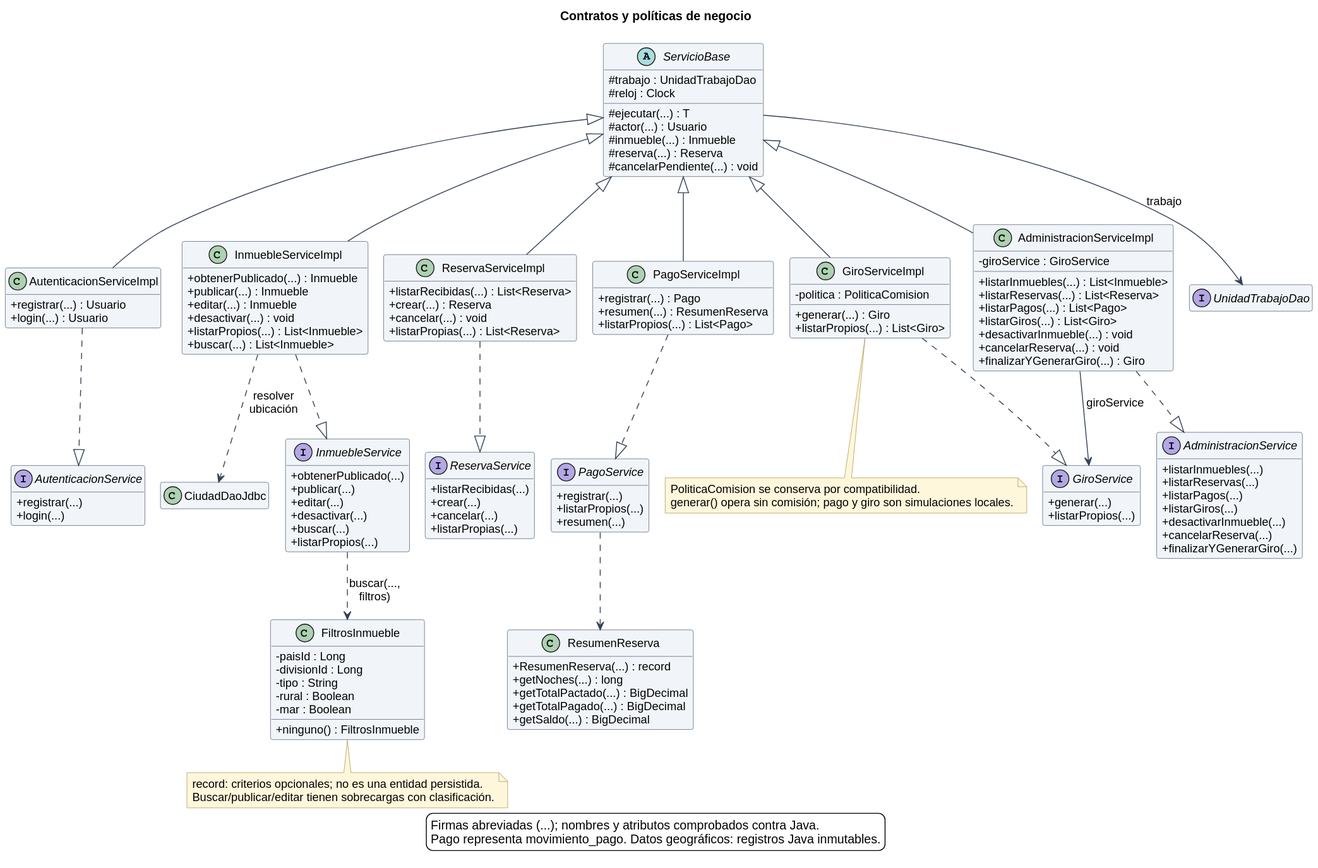
Earlier version of the PlantUML export docs/diagramas/06_clases_service_impl.svg (Davidjp11p07/DayNest). The source it was exported from:
```plantuml
@startuml
!include estilo.iuml
title Contratos y políticas de negocio
hide empty members
abstract class ServicioBase {
  #trabajo : UnidadTrabajoDao
  #reloj : Clock
  #ejecutar(...) : T
  #actor(...) : Usuario
  #inmueble(...) : Inmueble
  #reserva(...) : Reserva
  #cancelarPendiente(...) : void
}
interface AutenticacionService {
  +registrar(...)
  +login(...)
}
class AutenticacionServiceImpl {
  +registrar(...) : Usuario
  +login(...) : Usuario
}
interface InmuebleService {
  +obtenerPublicado(...)
  +publicar(...)
  +editar(...)
  +desactivar(...)
  +buscar(...)
  +listarPropios(...)
}
class InmuebleServiceImpl {
  +obtenerPublicado(...) : Inmueble
  +publicar(...) : Inmueble
  +editar(...) : Inmueble
  +desactivar(...) : void
  +listarPropios(...) : List<Inmueble>
  +buscar(...) : List<Inmueble>
}
interface ReservaService {
  +listarRecibidas(...)
  +crear(...)
  +cancelar(...)
  +listarPropias(...)
}
class ReservaServiceImpl {
  +listarRecibidas(...) : List<Reserva>
  +crear(...) : Reserva
  +cancelar(...) : void
  +listarPropias(...) : List<Reserva>
}
interface PagoService {
  +registrar(...)
  +listarPropios(...)
  +resumen(...)
}
class PagoServiceImpl {
  +registrar(...) : Pago
  +resumen(...) : ResumenReserva
  +listarPropios(...) : List<Pago>
}
interface GiroService {
  +generar(...)
  +listarPropios(...)
}
class GiroServiceImpl {
  -politica : PoliticaComision
  +generar(...) : Giro
  +listarPropios(...) : List<Giro>
}
interface AdministracionService {
  +listarInmuebles(...)
  +listarReservas(...)
  +listarPagos(...)
  +listarGiros(...)
  +desactivarInmueble(...)
  +cancelarReserva(...)
  +finalizarYGenerarGiro(...)
}
class AdministracionServiceImpl {
  -giroService : GiroService
  +listarInmuebles(...) : List<Inmueble>
  +listarReservas(...) : List<Reserva>
  +listarPagos(...) : List<Pago>
  +listarGiros(...) : List<Giro>
  +desactivarInmueble(...) : void
  +cancelarReserva(...) : void
  +finalizarYGenerarGiro(...) : Giro
}
class ResumenReserva {
  +ResumenReserva(...) : record
  +getNoches(...) : long
  +getTotalPactado(...) : BigDecimal
  +getTotalPagado(...) : BigDecimal
  +getSaldo(...) : BigDecimal
}
AutenticacionServiceImpl ..|> AutenticacionService
InmuebleServiceImpl ..|> InmuebleService
ReservaServiceImpl ..|> ReservaService
PagoServiceImpl ..|> PagoService
GiroServiceImpl ..|> GiroService
AdministracionServiceImpl ..|> AdministracionService
ServicioBase <|-- AutenticacionServiceImpl
ServicioBase <|-- InmuebleServiceImpl
ServicioBase <|-- AdministracionServiceImpl
ServicioBase <|-- ReservaServiceImpl
ServicioBase <|-- PagoServiceImpl
ServicioBase <|-- GiroServiceImpl
interface UnidadTrabajoDao
class FiltrosInmueble {
  -paisId : Long
  -divisionId : Long
  -tipo : String
  -rural : Boolean
  -mar : Boolean
  +ninguno() : FiltrosInmueble
}
InmuebleService ..> FiltrosInmueble : buscar(..., filtros)
ServicioBase --> UnidadTrabajoDao : trabajo
AdministracionServiceImpl --> GiroService : giroService
PagoService ..> ResumenReserva
note bottom of FiltrosInmueble
  record: criterios opcionales; no es una entidad persistida.
  Buscar/publicar/editar tienen sobrecargas con clasificación.
end note
note bottom of GiroServiceImpl
  PoliticaComision se conserva por compatibilidad.
  generar() opera sin comisión; pago y giro son simulaciones locales.
end note
class CiudadDaoJdbc
InmuebleServiceImpl ..> CiudadDaoJdbc : resolver ubicación
legend bottom
  Firmas abreviadas (...); nombres y atributos comprobados contra Java.
  Pago representa movimiento_pago. Datos geográficos: registros Java inmutables.
endlegend
@enduml
```
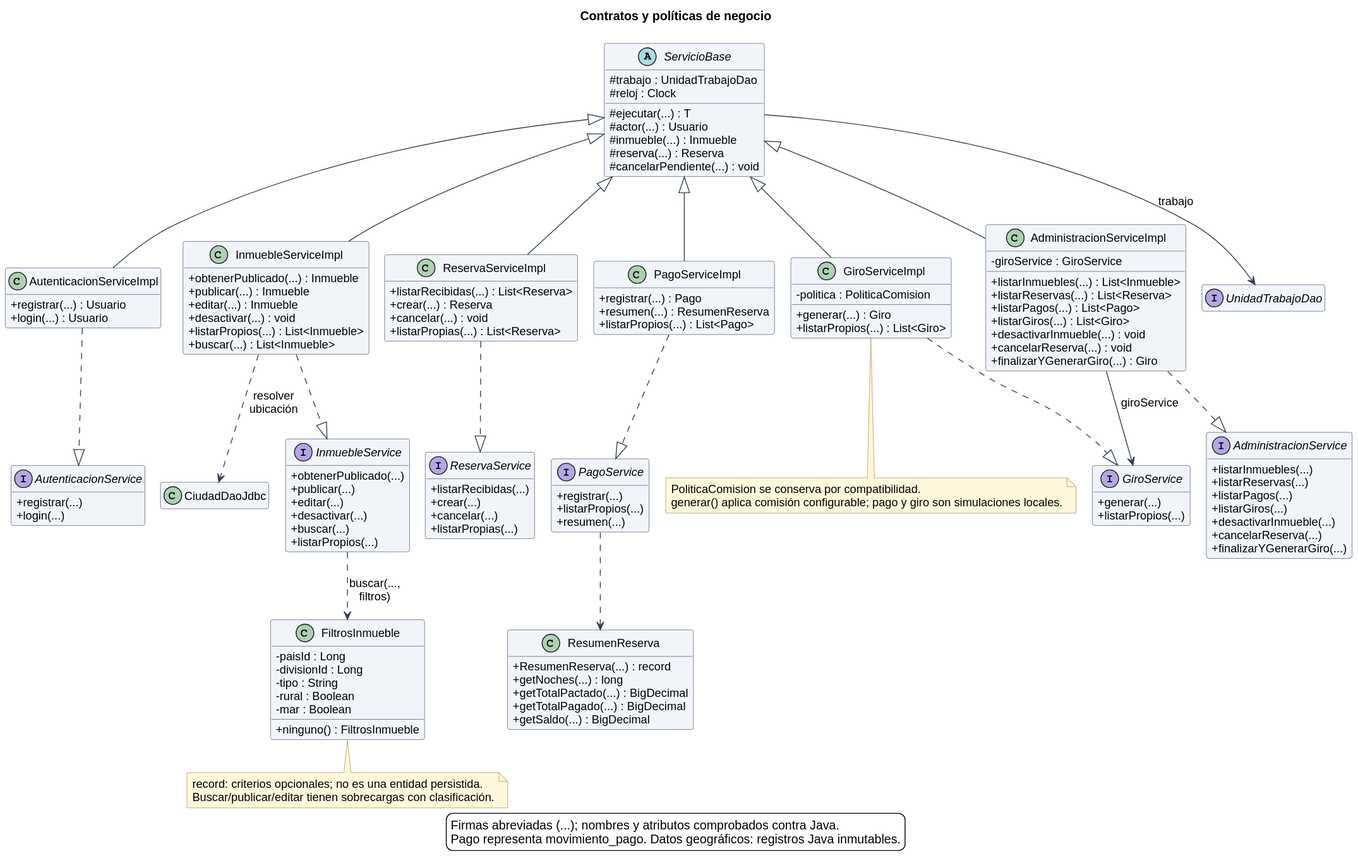
The same file after the commit.

Diff of the diagram source:
```diff
@@ -123,7 +123,7 @@
 end note
 note bottom of GiroServiceImpl
   PoliticaComision se conserva por compatibilidad.
-  generar() opera sin comisión; pago y giro son simulaciones locales.
+  generar() aplica comisión configurable; pago y giro son simulaciones locales.
 end note
 class CiudadDaoJdbc
 InmuebleServiceImpl ..> CiudadDaoJdbc : resolver ubicación
```
